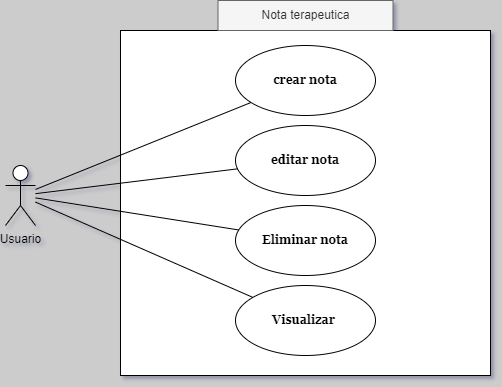
Above: CU005_NotaTerapeutica.png in CH3MOO/SpecialityX (draw.io), before the change. Source tidied: cells renumbered, new cells last; positions are measured from the earlier drawing's top-left corner, leaving out a move shared by most shapes.
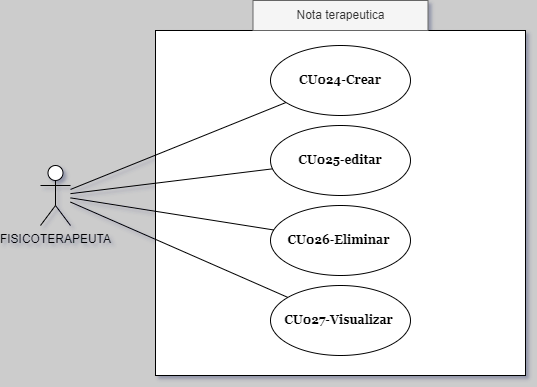
Above is the later version.

What changed in the source:
```diff
@@ -5,10 +5,10 @@
     <mxCell id="2" style="rounded=0;whiteSpace=wrap;html=1;" parent="1" vertex="1">
       <mxGeometry x="115" y="30" width="370" height="345" as="geometry" />
     </mxCell>
-    <mxCell id="3" value="Usuario" style="shape=umlActor;verticalLabelPosition=bottom;verticalAlign=top;html=1;" parent="1" vertex="1">
+    <mxCell id="3" value="FISICOTERAPEUTA" style="shape=umlActor;verticalLabelPosition=bottom;verticalAlign=top;html=1;" parent="1" vertex="1">
       <mxGeometry y="165" width="30" height="60" as="geometry" />
     </mxCell>
-    <mxCell id="4" value="crear nota" style="ellipse;whiteSpace=wrap;html=1;fontFamily=Georgia;fontStyle=1;" parent="1" vertex="1">
+    <mxCell id="4" value="CU024-Crear" style="ellipse;whiteSpace=wrap;html=1;fontFamily=Georgia;fontStyle=1;" parent="1" vertex="1">
       <mxGeometry x="230" y="45" width="140" height="70" as="geometry" />
     </mxCell>
     <mxCell id="5" style="endArrow=none;html=1;rounded=0;" parent="1" edge="1" source="3" target="4">
@@ -17,13 +17,13 @@
     <mxCell id="6" value="Nota terapeutica" style="text;html=1;align=center;verticalAlign=middle;whiteSpace=wrap;rounded=0;fillColor=#f5f5f5;strokeColor=#666666;fontColor=#333333;" parent="1" vertex="1">
       <mxGeometry x="212.5" width="175" height="30" as="geometry" />
     </mxCell>
-    <mxCell id="7" value="Eliminar nota" style="ellipse;whiteSpace=wrap;html=1;fontFamily=Georgia;fontStyle=1;" parent="1" vertex="1">
+    <mxCell id="7" value="CU026-Eliminar&amp;nbsp;" style="ellipse;whiteSpace=wrap;html=1;fontFamily=Georgia;fontStyle=1;" parent="1" vertex="1">
       <mxGeometry x="230" y="205" width="140" height="70" as="geometry" />
     </mxCell>
-    <mxCell id="8" value="Visualizar&amp;nbsp;" style="ellipse;whiteSpace=wrap;html=1;fontFamily=Georgia;fontStyle=1;" parent="1" vertex="1">
+    <mxCell id="8" value="CU027-Visualizar&amp;nbsp;" style="ellipse;whiteSpace=wrap;html=1;fontFamily=Georgia;fontStyle=1;" parent="1" vertex="1">
       <mxGeometry x="230" y="285" width="140" height="70" as="geometry" />
     </mxCell>
-    <mxCell id="9" value="editar nota" style="ellipse;whiteSpace=wrap;html=1;fontFamily=Georgia;fontStyle=1;" parent="1" vertex="1">
+    <mxCell id="9" value="CU025-editar" style="ellipse;whiteSpace=wrap;html=1;fontFamily=Georgia;fontStyle=1;" parent="1" vertex="1">
       <mxGeometry x="230" y="125" width="140" height="70" as="geometry" />
     </mxCell>
     <mxCell id="10" style="endArrow=none;html=1;rounded=0;" parent="1" edge="1" source="3" target="9">
```
